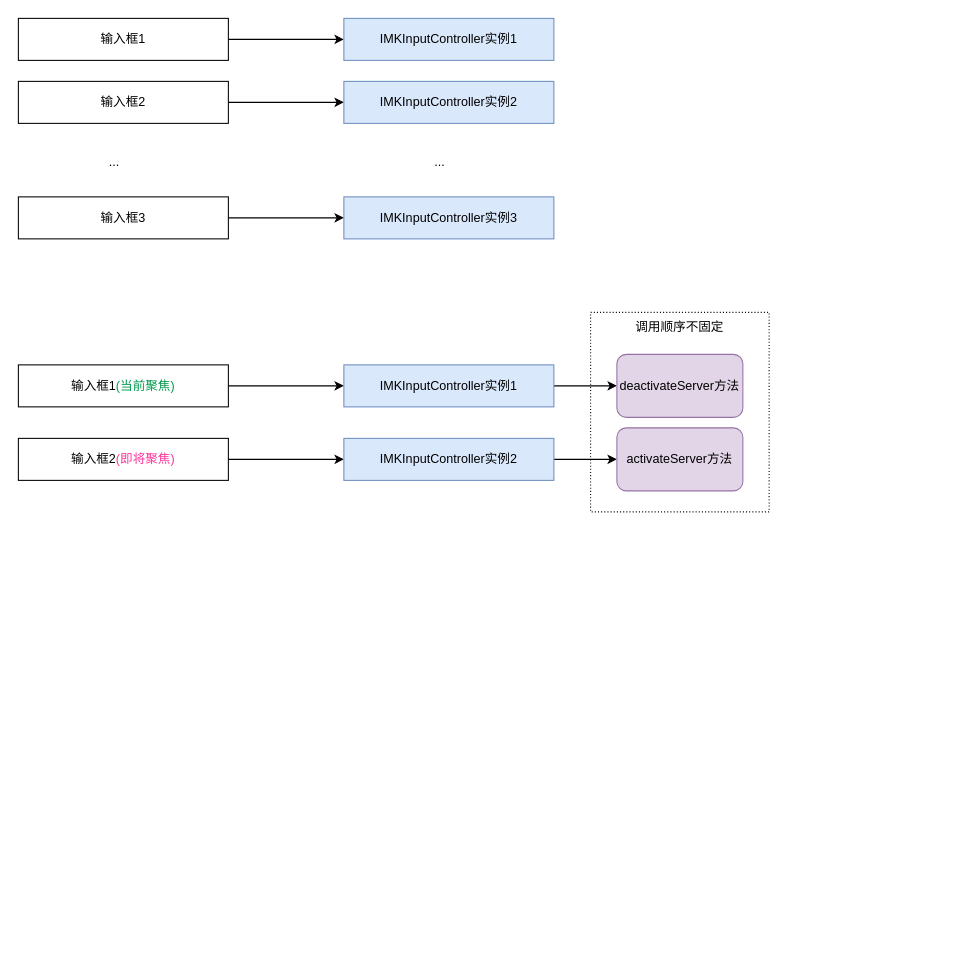
Above: IMKInputController.drawio in qwertyyb/draw.io (draw.io), before the change. Source tidied: cells renumbered, new cells numbered last; positions are measured from the earlier drawing's top-left corner, leaving out a move shared by most shapes. Both pictures are drawn from the tidied source at 105%, with x=0, y=0 at pixel (18, 18).
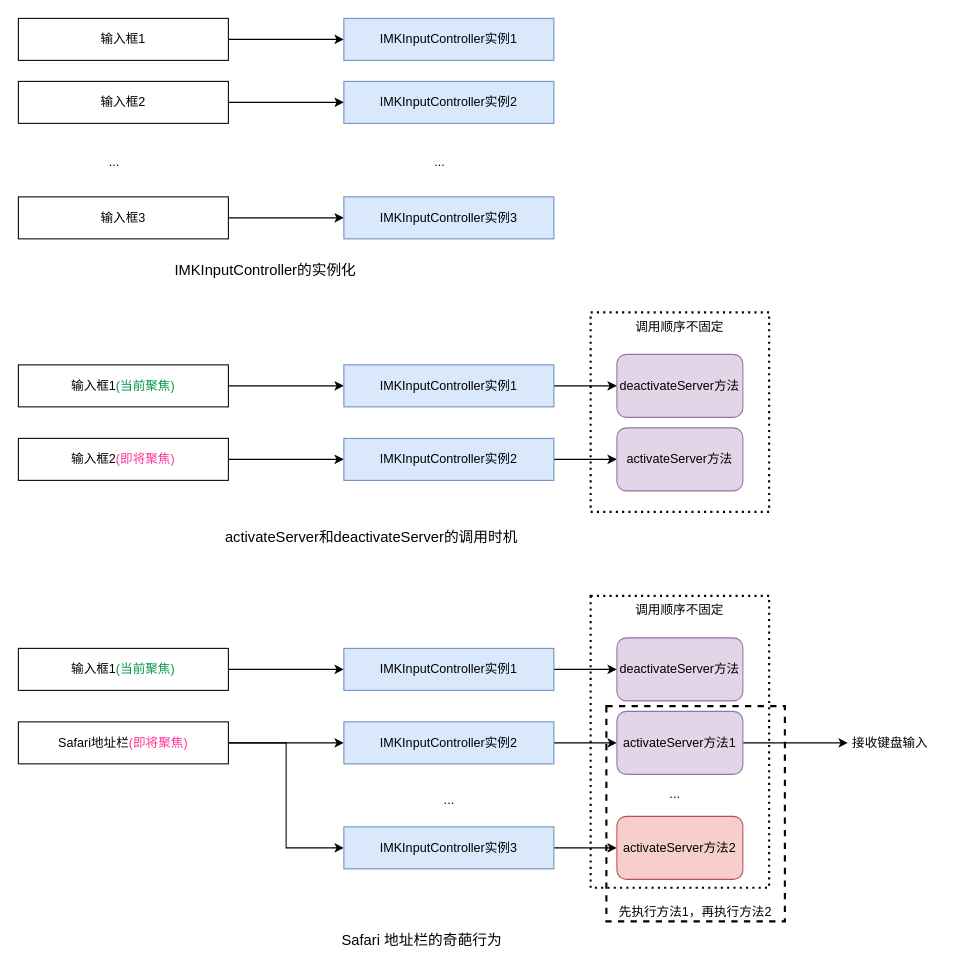
The same diagram, later.

The edit, as a diff of the source:
```diff
@@
+    <mxCell id="24" value="先执行方法1，再执行方法2" style="rounded=0;whiteSpace=wrap;html=1;verticalAlign=bottom;dashed=1;fillColor=none;strokeWidth=2;" parent="1" vertex="1">
+      <mxGeometry x="560" y="655" width="170" height="205" as="geometry" />
+    </mxCell>
-    <mxCell id="2" value="调用顺序不固定" style="rounded=0;whiteSpace=wrap;html=1;verticalAlign=top;dashed=1;dashPattern=1 2;" parent="1" vertex="1">
+    <mxCell id="2" value="调用顺序不固定" style="rounded=0;whiteSpace=wrap;html=1;verticalAlign=top;dashed=1;dashPattern=1 2;strokeWidth=2;" parent="1" vertex="1">
       <mxGeometry x="545" y="280" width="170" height="190" as="geometry" />
     </mxCell>
@@
+    <mxCell id="25" value="调用顺序不固定" style="rounded=0;whiteSpace=wrap;html=1;verticalAlign=top;dashed=1;dashPattern=1 2;fillColor=none;strokeWidth=2;" parent="1" vertex="1">
+      <mxGeometry x="545" y="550" width="170" height="278" as="geometry" />
+    </mxCell>
+    <mxCell id="26" style="edgeStyle=orthogonalEdgeStyle;rounded=0;jettySize=auto;html=1;exitX=1;exitY=0.5;exitDx=0;exitDy=0;entryX=0;entryY=0.5;entryDx=0;entryDy=0;" parent="1" edge="1" source="27" target="32">
+      <mxGeometry relative="1" as="geometry" />
+    </mxCell>
+    <mxCell id="27" value="输入框1&lt;font color=&quot;#00994d&quot;&gt;(当前聚焦)&lt;/font&gt;" style="rounded=0;whiteSpace=wrap;html=1;" parent="1" vertex="1">
+      <mxGeometry y="600" width="200" height="40" as="geometry" />
+    </mxCell>
+    <mxCell id="28" style="edgeStyle=orthogonalEdgeStyle;rounded=0;jettySize=auto;html=1;exitX=1;exitY=0.5;exitDx=0;exitDy=0;" parent="1" edge="1" source="30" target="34">
+      <mxGeometry relative="1" as="geometry" />
+    </mxCell>
+    <mxCell id="29" style="edgeStyle=orthogonalEdgeStyle;rounded=0;jettySize=auto;html=1;exitX=1;exitY=0.5;exitDx=0;exitDy=0;entryX=0;entryY=0.5;entryDx=0;entryDy=0;" parent="1" edge="1" source="30" target="39">
+      <mxGeometry relative="1" as="geometry" />
+    </mxCell>
+    <mxCell id="30" value="Safari地址栏&lt;font color=&quot;#ff3399&quot;&gt;(即将聚焦)&lt;/font&gt;" style="rounded=0;whiteSpace=wrap;html=1;" parent="1" vertex="1">
+      <mxGeometry y="670" width="200" height="40" as="geometry" />
+    </mxCell>
+    <mxCell id="31" style="edgeStyle=orthogonalEdgeStyle;rounded=0;jettySize=auto;html=1;exitX=1;exitY=0.5;exitDx=0;exitDy=0;" parent="1" edge="1" source="32" target="35">
+      <mxGeometry relative="1" as="geometry" />
+    </mxCell>
+    <mxCell id="32" value="IMKInputController实例1" style="rounded=0;whiteSpace=wrap;html=1;fillColor=#dae8fc;strokeColor=#6c8ebf;" parent="1" vertex="1">
+      <mxGeometry x="310" y="600" width="200" height="40" as="geometry" />
+    </mxCell>
+    <mxCell id="33" style="edgeStyle=orthogonalEdgeStyle;rounded=0;jettySize=auto;html=1;exitX=1;exitY=0.5;exitDx=0;exitDy=0;" parent="1" edge="1" source="34" target="37">
+      <mxGeometry relative="1" as="geometry" />
+    </mxCell>
+    <mxCell id="34" value="IMKInputController实例2" style="rounded=0;whiteSpace=wrap;html=1;fillColor=#dae8fc;strokeColor=#6c8ebf;" parent="1" vertex="1">
+      <mxGeometry x="310" y="670" width="200" height="40" as="geometry" />
+    </mxCell>
+    <mxCell id="35" value="deactivateServer方法" style="rounded=1;whiteSpace=wrap;html=1;fillColor=#e1d5e7;strokeColor=#9673a6;" parent="1" vertex="1">
+      <mxGeometry x="570" y="590" width="120" height="60" as="geometry" />
+    </mxCell>
+    <mxCell id="36" style="edgeStyle=orthogonalEdgeStyle;rounded=0;jettySize=auto;html=1;exitX=1;exitY=0.5;exitDx=0;exitDy=0;" parent="1" edge="1" source="37">
+      <mxGeometry relative="1" as="geometry">
+        <mxPoint x="790" y="690" as="targetPoint" />
+      </mxGeometry>
+    </mxCell>
+    <mxCell id="37" value="activateServer方法1" style="rounded=1;whiteSpace=wrap;html=1;fillColor=#e1d5e7;strokeColor=#9673a6;" parent="1" vertex="1">
+      <mxGeometry x="570" y="660" width="120" height="60" as="geometry" />
+    </mxCell>
+    <mxCell id="38" style="edgeStyle=orthogonalEdgeStyle;rounded=0;jettySize=auto;html=1;exitX=1;exitY=0.5;exitDx=0;exitDy=0;" parent="1" edge="1" source="39" target="40">
+      <mxGeometry relative="1" as="geometry" />
+    </mxCell>
+    <mxCell id="39" value="IMKInputController实例3" style="rounded=0;whiteSpace=wrap;html=1;fillColor=#dae8fc;strokeColor=#6c8ebf;" parent="1" vertex="1">
+      <mxGeometry x="310" y="770" width="200" height="40" as="geometry" />
+    </mxCell>
+    <mxCell id="40" value="activateServer方法2" style="rounded=1;whiteSpace=wrap;html=1;fillColor=#f8cecc;strokeColor=#b85450;" parent="1" vertex="1">
+      <mxGeometry x="570" y="760" width="120" height="60" as="geometry" />
+    </mxCell>
+    <mxCell id="41" value="..." style="text;html=1;align=center;verticalAlign=middle;strokeColor=none;fillColor=none;" parent="1" vertex="1">
+      <mxGeometry x="395" y="730" width="30" height="30" as="geometry" />
+    </mxCell>
+    <mxCell id="42" value="..." style="text;html=1;align=center;verticalAlign=middle;strokeColor=none;fillColor=none;" parent="1" vertex="1">
+      <mxGeometry x="610" y="724" width="30" height="30" as="geometry" />
+    </mxCell>
+    <mxCell id="43" value="接收键盘输入" style="text;html=1;align=center;verticalAlign=middle;strokeColor=none;fillColor=none;" parent="1" vertex="1">
+      <mxGeometry x="780" y="675" width="100" height="30" as="geometry" />
+    </mxCell>
+    <mxCell id="44" value="IMKInputController的实例化" style="text;html=1;align=center;verticalAlign=middle;strokeColor=none;fillColor=none;fontSize=14;" parent="1" vertex="1">
+      <mxGeometry x="139" y="225" width="191" height="29" as="geometry" />
+    </mxCell>
+    <mxCell id="45" value="activateServer和deactivateServer的调用时机" style="text;html=1;align=center;verticalAlign=middle;strokeColor=none;fillColor=none;fontSize=14;" parent="1" vertex="1">
+      <mxGeometry x="187" y="479" width="297" height="29" as="geometry" />
+    </mxCell>
+    <mxCell id="46" value="Safari 地址栏的奇葩行为" style="text;html=1;align=center;verticalAlign=middle;strokeColor=none;fillColor=none;fontSize=14;" parent="1" vertex="1">
+      <mxGeometry x="299" y="863" width="170" height="29" as="geometry" />
+    </mxCell>
```
